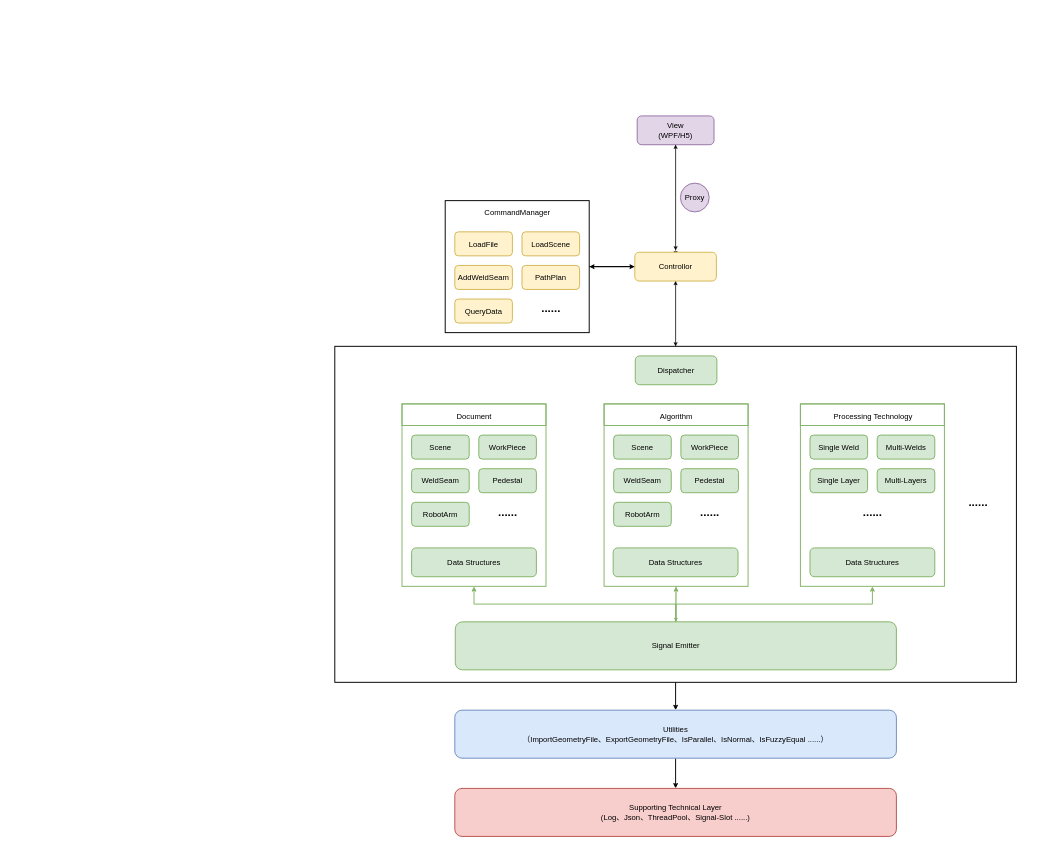
TsinHC/ebook keeps this draw.io diagram as 未命名绘图.drawio. Above is the earlier version. Source tidied: cells renumbered, new cells numbered last; positions are measured from the earlier drawing's top-left corner, leaving out a move shared by most shapes. Both pictures are drawn from the tidied source at 48%, with x=0, y=0 at pixel (335, 116).
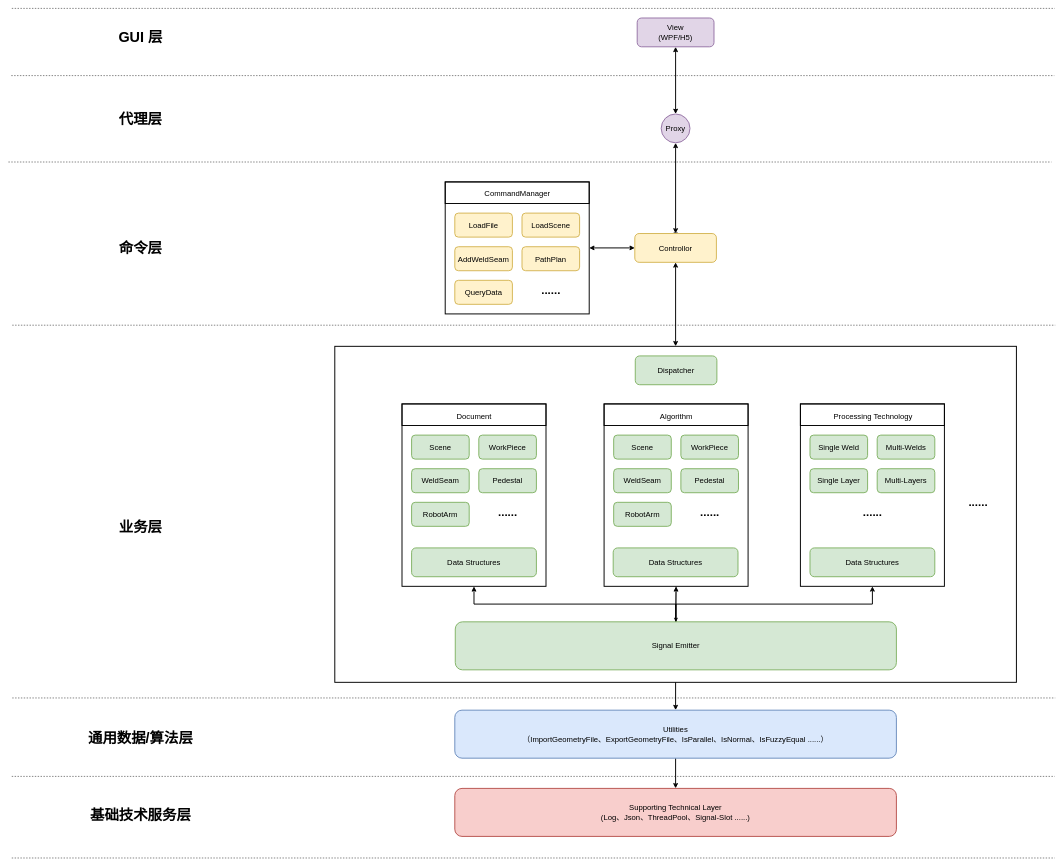
After the change.

Commit message (it also covers changes not shown here):
更新未命名绘图.drawio

The change refers to these unchanged cells:
```xml
<mxCell id="4" style="rounded=0;whiteSpace=wrap;html=1;fillColor=none;strokeWidth=2;" parent="1" vertex="1">
  <mxGeometry y="480" width="1420" height="700" as="geometry" />
</mxCell>
<mxCell id="56" value="&lt;span style=&quot;font-size: 16px;&quot;&gt;Signal Emitter&lt;/span&gt;" style="rounded=1;whiteSpace=wrap;html=1;fillColor=#d5e8d4;strokeColor=#82b366;strokeWidth=2;" parent="1" vertex="1">
  <mxGeometry x="251" y="1054" width="919" height="100" as="geometry" />
</mxCell>
```

The edit, as a diff of the source:
```diff
@@
-    <mxCell id="2" style="edgeStyle=orthogonalEdgeStyle;rounded=0;jettySize=auto;html=1;entryX=0.5;entryY=1;entryDx=0;entryDy=0;" parent="1" edge="1" source="4" target="13">
-      <mxGeometry relative="1" as="geometry" />
-    </mxCell>
@@
-    <mxCell id="5" style="edgeStyle=orthogonalEdgeStyle;rounded=0;jettySize=auto;html=1;entryX=0;entryY=0.5;entryDx=0;entryDy=0;strokeWidth=2;" parent="1" edge="1" source="6" target="13">
-      <mxGeometry relative="1" as="geometry" />
-    </mxCell>
     <mxCell id="6" style="rounded=0;whiteSpace=wrap;html=1;fillColor=none;strokeWidth=2;" parent="1" vertex="1">
-      <mxGeometry x="230" y="176.5" width="300" height="275" as="geometry" />
+      <mxGeometry x="230" y="137.5" width="300" height="275" as="geometry" />
     </mxCell>
-    <mxCell id="7" style="edgeStyle=orthogonalEdgeStyle;rounded=0;jettySize=auto;html=1;" parent="1" edge="1" source="8">
-      <mxGeometry relative="1" as="geometry">
-        <mxPoint x="710" y="280" as="targetPoint" />
-      </mxGeometry>
-    </mxCell>
     <mxCell id="8" value="&lt;font style=&quot;font-size: 16px;&quot;&gt;View&lt;br&gt;(WPF/H5)&lt;/font&gt;" style="rounded=1;whiteSpace=wrap;html=1;fillColor=#e1d5e7;strokeColor=#9673a6;strokeWidth=2;" parent="1" vertex="1">
-      <mxGeometry x="630" width="160" height="60" as="geometry" />
+      <mxGeometry x="630" y="-204" width="160" height="60" as="geometry" />
     </mxCell>
-    <mxCell id="9" style="edgeStyle=orthogonalEdgeStyle;rounded=0;jettySize=auto;html=1;exitX=0;exitY=0.5;exitDx=0;exitDy=0;entryX=1;entryY=0.5;entryDx=0;entryDy=0;strokeWidth=2;" parent="1" edge="1" source="13" target="6">
-      <mxGeometry relative="1" as="geometry" />
-    </mxCell>
     <mxCell id="10" style="edgeStyle=orthogonalEdgeStyle;rounded=0;jettySize=auto;html=1;exitX=0.5;exitY=0;exitDx=0;exitDy=0;" parent="1" edge="1" source="13">
       <mxGeometry relative="1" as="geometry">
-        <mxPoint x="710" y="290" as="targetPoint" />
+        <mxPoint x="710" y="251" as="targetPoint" />
       </mxGeometry>
     </mxCell>
-    <mxCell id="11" style="edgeStyle=orthogonalEdgeStyle;rounded=0;jettySize=auto;html=1;entryX=0.5;entryY=1;entryDx=0;entryDy=0;" parent="1" edge="1" source="13" target="8">
-      <mxGeometry relative="1" as="geometry" />
-    </mxCell>
-    <mxCell id="12" style="edgeStyle=orthogonalEdgeStyle;rounded=0;jettySize=auto;html=1;" parent="1" edge="1" source="13" target="4">
-      <mxGeometry relative="1" as="geometry" />
-    </mxCell>
     <mxCell id="13" value="&lt;font style=&quot;&quot;&gt;&lt;font style=&quot;font-size: 16px;&quot;&gt;Controllor&lt;/font&gt;&lt;br&gt;&lt;/font&gt;" style="rounded=1;whiteSpace=wrap;html=1;fillColor=#fff2cc;strokeColor=#d6b656;strokeWidth=2;" parent="1" vertex="1">
-      <mxGeometry x="625" y="284" width="170" height="60" as="geometry" />
+      <mxGeometry x="625" y="245" width="170" height="60" as="geometry" />
     </mxCell>
     <mxCell id="14" value="&lt;font style=&quot;font-size: 16px;&quot;&gt;LoadFile&lt;/font&gt;" style="rounded=1;whiteSpace=wrap;html=1;fillColor=#fff2cc;strokeColor=#d6b656;strokeWidth=2;" parent="1" vertex="1">
-      <mxGeometry x="250" y="241.5" width="120" height="50" as="geometry" />
+      <mxGeometry x="250" y="202.5" width="120" height="50" as="geometry" />
     </mxCell>
     <mxCell id="15" value="&lt;font style=&quot;font-size: 16px;&quot;&gt;LoadScene&lt;/font&gt;" style="rounded=1;whiteSpace=wrap;html=1;fillColor=#fff2cc;strokeColor=#d6b656;strokeWidth=2;" parent="1" vertex="1">
-      <mxGeometry x="390" y="241.5" width="120" height="50" as="geometry" />
+      <mxGeometry x="390" y="202.5" width="120" height="50" as="geometry" />
     </mxCell>
     <mxCell id="16" value="&lt;font style=&quot;font-size: 16px;&quot;&gt;AddWeldSeam&lt;/font&gt;" style="rounded=1;whiteSpace=wrap;html=1;fillColor=#fff2cc;strokeColor=#d6b656;strokeWidth=2;" parent="1" vertex="1">
-      <mxGeometry x="250" y="311.5" width="120" height="50" as="geometry" />
+      <mxGeometry x="250" y="272.5" width="120" height="50" as="geometry" />
     </mxCell>
     <mxCell id="17" value="&lt;font style=&quot;font-size: 16px;&quot;&gt;PathPlan&lt;/font&gt;" style="rounded=1;whiteSpace=wrap;html=1;fillColor=#fff2cc;strokeColor=#d6b656;strokeWidth=2;" parent="1" vertex="1">
-      <mxGeometry x="390" y="311.5" width="120" height="50" as="geometry" />
+      <mxGeometry x="390" y="272.5" width="120" height="50" as="geometry" />
     </mxCell>
     <mxCell id="18" value="&lt;font style=&quot;font-size: 16px;&quot;&gt;QueryData&lt;/font&gt;" style="rounded=1;whiteSpace=wrap;html=1;fillColor=#fff2cc;strokeColor=#d6b656;strokeWidth=2;" parent="1" vertex="1">
-      <mxGeometry x="250" y="381.5" width="120" height="50" as="geometry" />
+      <mxGeometry x="250" y="342.5" width="120" height="50" as="geometry" />
     </mxCell>
     <mxCell id="19" value="......" style="text;strokeColor=none;fillColor=none;html=1;fontSize=24;fontStyle=1;verticalAlign=middle;align=center;strokeWidth=2;" parent="1" vertex="1">
-      <mxGeometry x="400" y="381.5" width="100" height="40" as="geometry" />
+      <mxGeometry x="400" y="342.5" width="100" height="40" as="geometry" />
     </mxCell>
@@
-    <mxCell id="21" value="&lt;span style=&quot;font-weight: normal;&quot;&gt;&lt;font style=&quot;font-size: 16px;&quot;&gt;CommandManager&lt;/font&gt;&lt;/span&gt;" style="text;strokeColor=none;fillColor=none;html=1;fontSize=24;fontStyle=1;verticalAlign=middle;align=center;strokeWidth=2;" parent="1" vertex="1">
-      <mxGeometry x="230" y="176.5" width="300" height="45" as="geometry" />
+    <mxCell id="21" value="&lt;span style=&quot;font-weight: normal;&quot;&gt;&lt;font style=&quot;font-size: 16px;&quot;&gt;CommandManager&lt;/font&gt;&lt;/span&gt;" style="text;strokeColor=default;fillColor=none;html=1;fontSize=24;fontStyle=1;verticalAlign=middle;align=center;strokeWidth=2;" parent="1" vertex="1">
+      <mxGeometry x="230" y="137.5" width="300" height="45" as="geometry" />
     </mxCell>
     <mxCell id="22" value="&lt;font style=&quot;font-size: 16px;&quot;&gt;Proxy&lt;/font&gt;" style="ellipse;whiteSpace=wrap;html=1;fillColor=#e1d5e7;strokeColor=#9673a6;strokeWidth=2;" parent="1" vertex="1">
-      <mxGeometry x="720" y="140" width="60" height="60" as="geometry" />
+      <mxGeometry x="680" y="-4" width="60" height="60" as="geometry" />
     </mxCell>
-    <mxCell id="23" style="rounded=0;whiteSpace=wrap;html=1;fillColor=none;strokeWidth=2;strokeColor=#82b366;" parent="1" vertex="1">
+    <mxCell id="23" style="rounded=0;whiteSpace=wrap;html=1;fillColor=none;strokeWidth=2;strokeColor=#000000;" parent="1" vertex="1">
       <mxGeometry x="140" y="600" width="300" height="380" as="geometry" />
     </mxCell>
@@
-    <mxCell id="30" value="&lt;span style=&quot;font-weight: normal;&quot;&gt;&lt;font style=&quot;font-size: 16px;&quot;&gt;Document&lt;/font&gt;&lt;/span&gt;" style="text;strokeColor=#82b366;fillColor=none;html=1;fontSize=24;fontStyle=1;verticalAlign=middle;align=center;strokeWidth=2;" parent="1" vertex="1">
+    <mxCell id="30" value="&lt;span style=&quot;font-weight: normal;&quot;&gt;&lt;font style=&quot;font-size: 16px;&quot;&gt;Document&lt;/font&gt;&lt;/span&gt;" style="text;strokeColor=#000000;fillColor=none;html=1;fontSize=24;fontStyle=1;verticalAlign=middle;align=center;strokeWidth=2;" parent="1" vertex="1">
       <mxGeometry x="140" y="600" width="300" height="45" as="geometry" />
     </mxCell>
-    <mxCell id="31" style="edgeStyle=orthogonalEdgeStyle;rounded=0;jettySize=auto;html=1;entryX=0.5;entryY=0;entryDx=0;entryDy=0;fillColor=#d5e8d4;strokeColor=#82b366;" parent="1" edge="1" source="32" target="56">
+    <mxCell id="31" style="edgeStyle=orthogonalEdgeStyle;rounded=0;jettySize=auto;html=1;entryX=0.5;entryY=0;entryDx=0;entryDy=0;fillColor=#d5e8d4;strokeColor=#000000;" parent="1" edge="1" source="32" target="56">
       <mxGeometry relative="1" as="geometry" />
     </mxCell>
-    <mxCell id="32" style="rounded=0;whiteSpace=wrap;html=1;fillColor=none;strokeWidth=2;strokeColor=#82b366;" parent="1" vertex="1">
+    <mxCell id="32" style="rounded=0;whiteSpace=wrap;html=1;fillColor=none;strokeWidth=2;strokeColor=#000000;" parent="1" vertex="1">
       <mxGeometry x="561" y="600" width="300" height="380" as="geometry" />
     </mxCell>
@@
-    <mxCell id="39" value="&lt;span style=&quot;font-weight: normal;&quot;&gt;&lt;font style=&quot;font-size: 16px;&quot;&gt;Algorithm&lt;/font&gt;&lt;/span&gt;" style="text;strokeColor=#82b366;fillColor=none;html=1;fontSize=24;fontStyle=1;verticalAlign=middle;align=center;strokeWidth=2;" parent="1" vertex="1">
+    <mxCell id="39" value="&lt;span style=&quot;font-weight: normal;&quot;&gt;&lt;font style=&quot;font-size: 16px;&quot;&gt;Algorithm&lt;/font&gt;&lt;/span&gt;" style="text;strokeColor=#000000;fillColor=none;html=1;fontSize=24;fontStyle=1;verticalAlign=middle;align=center;strokeWidth=2;" parent="1" vertex="1">
       <mxGeometry x="561" y="600" width="300" height="45" as="geometry" />
     </mxCell>
@@
-    <mxCell id="43" style="rounded=0;whiteSpace=wrap;html=1;fillColor=none;strokeWidth=2;strokeColor=#82b366;" parent="1" vertex="1">
+    <mxCell id="43" style="rounded=0;whiteSpace=wrap;html=1;fillColor=none;strokeWidth=2;strokeColor=#000000;" parent="1" vertex="1">
       <mxGeometry x="970" y="600" width="300" height="380" as="geometry" />
     </mxCell>
@@
-    <mxCell id="49" value="&lt;a style=&quot;margin: 0px 0px 0px 2px; padding: 0px; cursor: pointer; outline: none; font-family: Gilroy; font-size: 16px; text-align: left; background-color: rgb(255, 255, 255); font-weight: normal;&quot; class=&quot;point&quot; data-v-d80c723c=&quot;&quot; data-v-61ce6cc7=&quot;&quot;&gt;Processing Technology&lt;/a&gt;" style="text;strokeColor=#82b366;fillColor=none;html=1;fontSize=24;fontStyle=1;verticalAlign=middle;align=center;strokeWidth=2;" parent="1" vertex="1">
+    <mxCell id="49" value="&lt;a style=&quot;margin: 0px 0px 0px 2px; padding: 0px; cursor: pointer; outline: none; font-family: Gilroy; font-size: 16px; text-align: left; background-color: rgb(255, 255, 255); font-weight: normal;&quot; class=&quot;point&quot; data-v-d80c723c=&quot;&quot; data-v-61ce6cc7=&quot;&quot;&gt;Processing Technology&lt;/a&gt;" style="text;strokeColor=#000000;fillColor=none;html=1;fontSize=24;fontStyle=1;verticalAlign=middle;align=center;strokeWidth=2;" parent="1" vertex="1">
       <mxGeometry x="970" y="600" width="300" height="45" as="geometry" />
     </mxCell>
@@
-    <mxCell id="53" style="edgeStyle=orthogonalEdgeStyle;rounded=0;jettySize=auto;html=1;entryX=0.5;entryY=1;entryDx=0;entryDy=0;strokeWidth=2;fillColor=#d5e8d4;strokeColor=#82b366;" parent="1" edge="1" source="56" target="32">
+    <mxCell id="53" style="edgeStyle=orthogonalEdgeStyle;rounded=0;jettySize=auto;html=1;entryX=0.5;entryY=1;entryDx=0;entryDy=0;strokeWidth=2;fillColor=#d5e8d4;strokeColor=#000000;" parent="1" edge="1" source="56" target="32">
       <mxGeometry relative="1" as="geometry" />
     </mxCell>
-    <mxCell id="54" style="edgeStyle=orthogonalEdgeStyle;rounded=0;jettySize=auto;html=1;entryX=0.5;entryY=1;entryDx=0;entryDy=0;strokeWidth=2;fillColor=#d5e8d4;strokeColor=#82b366;" parent="1" edge="1" source="56" target="43">
+    <mxCell id="54" style="edgeStyle=orthogonalEdgeStyle;rounded=0;jettySize=auto;html=1;entryX=0.5;entryY=1;entryDx=0;entryDy=0;strokeWidth=2;fillColor=#d5e8d4;strokeColor=#000000;" parent="1" edge="1" source="56" target="43">
       <mxGeometry relative="1" as="geometry" />
     </mxCell>
-    <mxCell id="55" style="edgeStyle=orthogonalEdgeStyle;rounded=0;jettySize=auto;html=1;entryX=0.5;entryY=1;entryDx=0;entryDy=0;strokeWidth=2;fillColor=#d5e8d4;strokeColor=#82b366;" parent="1" edge="1" source="56" target="23">
+    <mxCell id="55" style="edgeStyle=orthogonalEdgeStyle;rounded=0;jettySize=auto;html=1;entryX=0.5;entryY=1;entryDx=0;entryDy=0;strokeWidth=2;fillColor=#d5e8d4;strokeColor=#000000;" parent="1" edge="1" source="56" target="23">
       <mxGeometry relative="1" as="geometry" />
     </mxCell>
@@
+    <mxCell id="5" style="endArrow=classic;startArrow=classic;html=1;rounded=0;entryX=0;entryY=0.5;entryDx=0;entryDy=0;exitX=1;exitY=0.5;exitDx=0;exitDy=0;strokeWidth=2;" parent="1" edge="1" source="6" target="13">
+      <mxGeometry relative="1" as="geometry" />
+    </mxCell>
+    <mxCell id="58" style="endArrow=classic;startArrow=classic;html=1;rounded=0;entryX=0.5;entryY=1;entryDx=0;entryDy=0;strokeWidth=2;" parent="1" edge="1" source="22" target="8">
+      <mxGeometry relative="1" as="geometry" />
+    </mxCell>
+    <mxCell id="12" style="endArrow=classic;startArrow=classic;html=1;rounded=0;entryX=0.5;entryY=0;entryDx=0;entryDy=0;strokeWidth=2;exitX=0.5;exitY=1;exitDx=0;exitDy=0;" parent="1" edge="1" source="13" target="4">
+      <mxGeometry relative="1" as="geometry" />
+    </mxCell>
+    <mxCell id="59" style="endArrow=classic;startArrow=classic;html=1;rounded=0;entryX=0.5;entryY=0;entryDx=0;entryDy=0;strokeWidth=2;exitX=0.5;exitY=1;exitDx=0;exitDy=0;" parent="1" edge="1" source="22" target="13">
+      <mxGeometry relative="1" as="geometry" />
+    </mxCell>
+    <mxCell id="60" style="endArrow=none;dashed=1;html=1;rounded=0;" parent="1" edge="1">
+      <mxGeometry relative="1" as="geometry">
+        <mxPoint x="-672.9" y="-224" as="sourcePoint" />
+        <mxPoint x="1500" y="-224" as="targetPoint" />
+      </mxGeometry>
+    </mxCell>
+    <mxCell id="61" style="endArrow=none;dashed=1;html=1;rounded=0;" parent="1" edge="1">
+      <mxGeometry relative="1" as="geometry">
+        <mxPoint x="-674" y="-84" as="sourcePoint" />
+        <mxPoint x="1498.9" y="-84" as="targetPoint" />
+      </mxGeometry>
+    </mxCell>
+    <mxCell id="62" style="endArrow=none;dashed=1;html=1;rounded=0;" parent="1" edge="1">
+      <mxGeometry relative="1" as="geometry">
+        <mxPoint x="-672" y="436" as="sourcePoint" />
+        <mxPoint x="1500.9" y="436" as="targetPoint" />
+      </mxGeometry>
+    </mxCell>
+    <mxCell id="63" style="endArrow=none;dashed=1;html=1;rounded=0;" parent="1" edge="1">
+      <mxGeometry relative="1" as="geometry">
+        <mxPoint x="-673" y="1376" as="sourcePoint" />
+        <mxPoint x="1499.9" y="1376" as="targetPoint" />
+      </mxGeometry>
+    </mxCell>
+    <mxCell id="64" style="endArrow=none;dashed=1;html=1;rounded=0;" parent="1" edge="1">
+      <mxGeometry relative="1" as="geometry">
+        <mxPoint x="-672" y="1212.6" as="sourcePoint" />
+        <mxPoint x="1500.9" y="1212.6" as="targetPoint" />
+      </mxGeometry>
+    </mxCell>
+    <mxCell id="65" style="endArrow=none;dashed=1;html=1;rounded=0;" parent="1" edge="1">
+      <mxGeometry relative="1" as="geometry">
+        <mxPoint x="-680" y="96" as="sourcePoint" />
+        <mxPoint x="1492.9" y="96" as="targetPoint" />
+      </mxGeometry>
+    </mxCell>
+    <mxCell id="66" style="endArrow=none;dashed=1;html=1;rounded=0;" parent="1" edge="1">
+      <mxGeometry relative="1" as="geometry">
+        <mxPoint x="-673" y="1546" as="sourcePoint" />
+        <mxPoint x="1499.9" y="1546" as="targetPoint" />
+      </mxGeometry>
+    </mxCell>
+    <mxCell id="67" value="&lt;font style=&quot;font-size: 30px;&quot;&gt;GUI 层&lt;/font&gt;" style="text;strokeColor=none;fillColor=none;html=1;fontSize=24;fontStyle=1;verticalAlign=middle;align=center;" parent="1" vertex="1">
+      <mxGeometry x="-670" y="-184" width="530" height="40" as="geometry" />
+    </mxCell>
+    <mxCell id="68" value="&lt;font style=&quot;font-size: 30px;&quot;&gt;代理层&lt;/font&gt;" style="text;strokeColor=none;fillColor=none;html=1;fontSize=24;fontStyle=1;verticalAlign=middle;align=center;" parent="1" vertex="1">
+      <mxGeometry x="-670" y="-14" width="530" height="40" as="geometry" />
+    </mxCell>
+    <mxCell id="69" value="&lt;font style=&quot;font-size: 30px;&quot;&gt;命令层&lt;/font&gt;" style="text;strokeColor=none;fillColor=none;html=1;fontSize=24;fontStyle=1;verticalAlign=middle;align=center;" parent="1" vertex="1">
+      <mxGeometry x="-670" y="255" width="530" height="40" as="geometry" />
+    </mxCell>
+    <mxCell id="70" value="&lt;font style=&quot;font-size: 30px;&quot;&gt;业务层&lt;/font&gt;" style="text;strokeColor=none;fillColor=none;html=1;fontSize=24;fontStyle=1;verticalAlign=middle;align=center;" parent="1" vertex="1">
+      <mxGeometry x="-670" y="836" width="530" height="40" as="geometry" />
+    </mxCell>
+    <mxCell id="71" value="&lt;font style=&quot;font-size: 30px;&quot;&gt;通用数据/算法层&lt;/font&gt;" style="text;strokeColor=none;fillColor=none;html=1;fontSize=24;fontStyle=1;verticalAlign=middle;align=center;" parent="1" vertex="1">
+      <mxGeometry x="-670" y="1276" width="530" height="40" as="geometry" />
+    </mxCell>
+    <mxCell id="72" value="&lt;font style=&quot;font-size: 30px;&quot;&gt;基础技术服务层&lt;/font&gt;" style="text;strokeColor=none;fillColor=none;html=1;fontSize=24;fontStyle=1;verticalAlign=middle;align=center;" parent="1" vertex="1">
+      <mxGeometry x="-670" y="1436" width="530" height="40" as="geometry" />
+    </mxCell>
```
